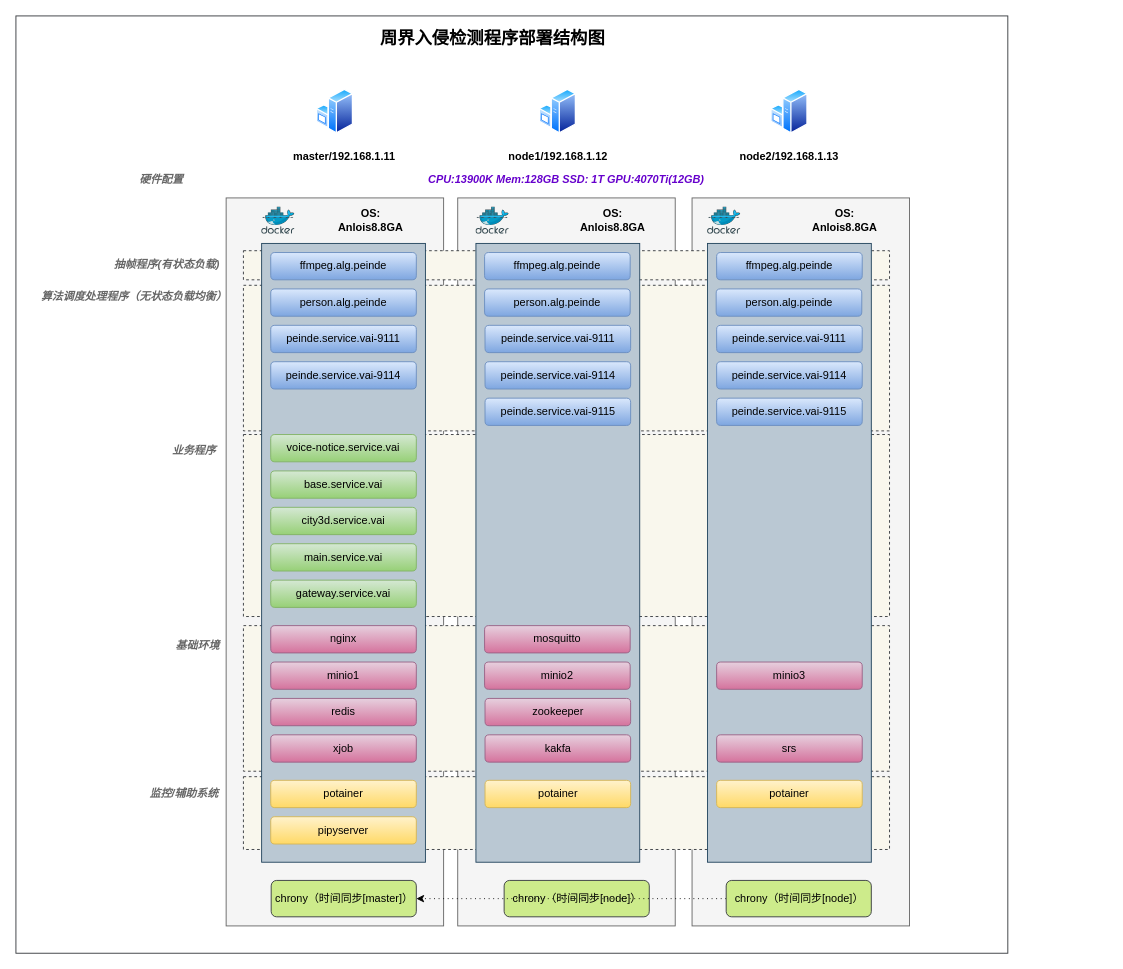
Above: 周界检测部署服务结构图.drawio in liz2m/draw.images (draw.io), before the change. Source tidied: cells renumbered, new cells numbered last; positions are measured from the earlier drawing's top-left corner, leaving out a move shared by most shapes. Both pictures are drawn from the tidied source at 91%, with x=0, y=0 at pixel (15, 15).
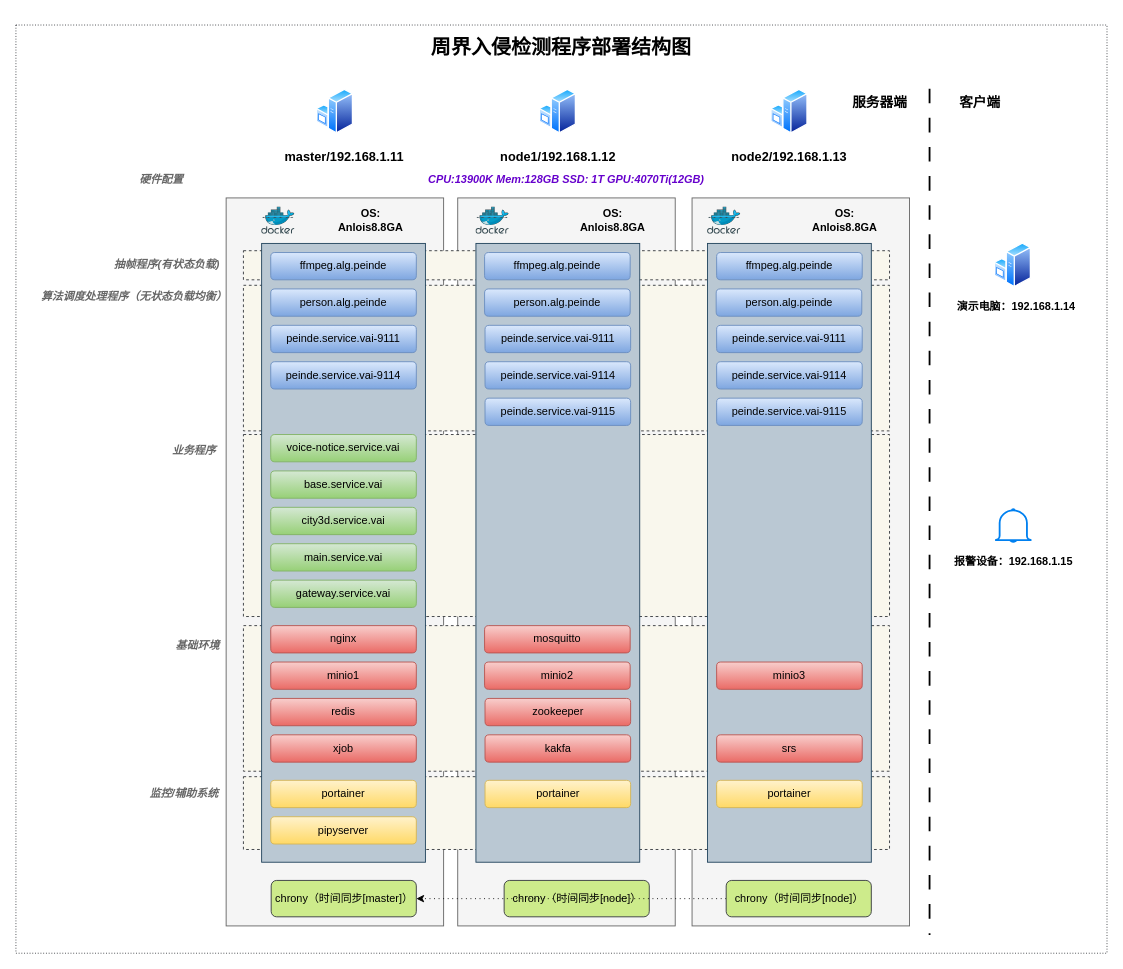
The same page after the edit.

Commit message:
Update 周界检测部署服务结构图.drawio

Change to the diagram source:
```diff
@@
-    <mxCell id="2" style="rounded=0;whiteSpace=wrap;html=1;fillColor=#FFFFFF;strokeColor=#36393d;" parent="1" vertex="1">
-      <mxGeometry width="1090" height="1030" as="geometry" />
+    <mxCell id="2" style="rounded=0;whiteSpace=wrap;html=1;fillColor=#FFFFFF;strokeColor=#36393d;dashed=1;dashPattern=1 2;" parent="1" vertex="1">
+      <mxGeometry y="10" width="1199" height="1020" as="geometry" />
     </mxCell>
@@
-    <mxCell id="18" value="master/192.168.1.11" style="text;html=1;strokeColor=none;fillColor=none;align=center;verticalAlign=middle;whiteSpace=wrap;rounded=0;fontStyle=1;" parent="1" vertex="1">
+    <mxCell id="18" value="master/192.168.1.11" style="text;html=1;strokeColor=none;fillColor=none;align=center;verticalAlign=middle;whiteSpace=wrap;rounded=0;fontStyle=1;fontSize=14;" parent="1" vertex="1">
       <mxGeometry x="275.5" y="140" width="169.5" height="30" as="geometry" />
     </mxCell>
-    <mxCell id="19" value="node1/192.168.1.12" style="text;html=1;strokeColor=none;fillColor=none;align=center;verticalAlign=middle;whiteSpace=wrap;rounded=0;fontStyle=1;" parent="1" vertex="1">
+    <mxCell id="19" value="node1/192.168.1.12" style="text;html=1;strokeColor=none;fillColor=none;align=center;verticalAlign=middle;whiteSpace=wrap;rounded=0;fontStyle=1;fontSize=14;" parent="1" vertex="1">
       <mxGeometry x="565.5" y="140" width="60" height="30" as="geometry" />
     </mxCell>
-    <mxCell id="20" value="node2/192.168.1.13" style="text;html=1;strokeColor=none;fillColor=none;align=center;verticalAlign=middle;whiteSpace=wrap;rounded=0;fontStyle=1;" parent="1" vertex="1">
+    <mxCell id="20" value="node2/192.168.1.13" style="text;html=1;strokeColor=none;fillColor=none;align=center;verticalAlign=middle;whiteSpace=wrap;rounded=0;fontStyle=1;fontSize=14;" parent="1" vertex="1">
       <mxGeometry x="820" y="140" width="60" height="30" as="geometry" />
     </mxCell>
@@
-    <mxCell id="30" value="nginx" style="rounded=1;whiteSpace=wrap;html=1;fillColor=#e6d0de;gradientColor=#d5739d;strokeColor=#996185;" parent="1" vertex="1">
+    <mxCell id="30" value="nginx" style="rounded=1;whiteSpace=wrap;html=1;fillColor=#f8cecc;gradientColor=#ea6b66;strokeColor=#b85450;" parent="1" vertex="1">
       <mxGeometry x="280" y="670" width="160" height="30" as="geometry" />
     </mxCell>
-    <mxCell id="31" value="minio1" style="rounded=1;whiteSpace=wrap;html=1;fillColor=#e6d0de;gradientColor=#d5739d;strokeColor=#996185;" parent="1" vertex="1">
+    <mxCell id="31" value="minio1" style="rounded=1;whiteSpace=wrap;html=1;fillColor=#f8cecc;gradientColor=#ea6b66;strokeColor=#b85450;" parent="1" vertex="1">
       <mxGeometry x="280" y="710" width="160" height="30" as="geometry" />
     </mxCell>
-    <mxCell id="32" value="redis" style="rounded=1;whiteSpace=wrap;html=1;fillColor=#e6d0de;gradientColor=#d5739d;strokeColor=#996185;" parent="1" vertex="1">
+    <mxCell id="32" value="redis" style="rounded=1;whiteSpace=wrap;html=1;fillColor=#f8cecc;gradientColor=#ea6b66;strokeColor=#b85450;" parent="1" vertex="1">
       <mxGeometry x="280" y="750" width="160" height="30" as="geometry" />
     </mxCell>
-    <mxCell id="33" value="xjob" style="rounded=1;whiteSpace=wrap;html=1;fillColor=#e6d0de;gradientColor=#d5739d;strokeColor=#996185;" parent="1" vertex="1">
+    <mxCell id="33" value="xjob" style="rounded=1;whiteSpace=wrap;html=1;fillColor=#f8cecc;gradientColor=#ea6b66;strokeColor=#b85450;" parent="1" vertex="1">
       <mxGeometry x="280" y="790" width="160" height="30" as="geometry" />
     </mxCell>
-    <mxCell id="34" value="potainer" style="rounded=1;whiteSpace=wrap;html=1;fillColor=#fff2cc;gradientColor=#ffd966;strokeColor=#d6b656;" parent="1" vertex="1">
+    <mxCell id="34" value="portainer" style="rounded=1;whiteSpace=wrap;html=1;fillColor=#fff2cc;gradientColor=#ffd966;strokeColor=#d6b656;" parent="1" vertex="1">
       <mxGeometry x="280" y="840" width="160" height="30" as="geometry" />
     </mxCell>
@@
-    <mxCell id="40" value="minio2" style="rounded=1;whiteSpace=wrap;html=1;fillColor=#e6d0de;gradientColor=#d5739d;strokeColor=#996185;" parent="1" vertex="1">
+    <mxCell id="40" value="minio2" style="rounded=1;whiteSpace=wrap;html=1;fillColor=#f8cecc;gradientColor=#ea6b66;strokeColor=#b85450;" parent="1" vertex="1">
       <mxGeometry x="515" y="710" width="160" height="30" as="geometry" />
     </mxCell>
@@
-    <mxCell id="42" value="mosquitto" style="rounded=1;whiteSpace=wrap;html=1;fillColor=#e6d0de;gradientColor=#d5739d;strokeColor=#996185;" parent="1" vertex="1">
+    <mxCell id="42" value="mosquitto" style="rounded=1;whiteSpace=wrap;html=1;fillColor=#f8cecc;gradientColor=#ea6b66;strokeColor=#b85450;" parent="1" vertex="1">
       <mxGeometry x="515" y="670" width="160" height="30" as="geometry" />
     </mxCell>
-    <mxCell id="43" value="zookeeper" style="rounded=1;whiteSpace=wrap;html=1;fillColor=#e6d0de;gradientColor=#d5739d;strokeColor=#996185;" parent="1" vertex="1">
+    <mxCell id="43" value="zookeeper" style="rounded=1;whiteSpace=wrap;html=1;fillColor=#f8cecc;gradientColor=#ea6b66;strokeColor=#b85450;" parent="1" vertex="1">
       <mxGeometry x="515.5" y="750" width="160" height="30" as="geometry" />
     </mxCell>
-    <mxCell id="44" value="kakfa" style="rounded=1;whiteSpace=wrap;html=1;fillColor=#e6d0de;gradientColor=#d5739d;strokeColor=#996185;" parent="1" vertex="1">
+    <mxCell id="44" value="kakfa" style="rounded=1;whiteSpace=wrap;html=1;fillColor=#f8cecc;gradientColor=#ea6b66;strokeColor=#b85450;" parent="1" vertex="1">
       <mxGeometry x="515.5" y="790" width="160" height="30" as="geometry" />
     </mxCell>
@@
-    <mxCell id="52" value="minio3" style="rounded=1;whiteSpace=wrap;html=1;fillColor=#e6d0de;gradientColor=#d5739d;strokeColor=#996185;" parent="1" vertex="1">
+    <mxCell id="52" value="minio3" style="rounded=1;whiteSpace=wrap;html=1;fillColor=#f8cecc;gradientColor=#ea6b66;strokeColor=#b85450;" parent="1" vertex="1">
       <mxGeometry x="770" y="710" width="160" height="30" as="geometry" />
     </mxCell>
-    <mxCell id="53" value="srs" style="rounded=1;whiteSpace=wrap;html=1;fillColor=#e6d0de;gradientColor=#d5739d;strokeColor=#996185;" parent="1" vertex="1">
+    <mxCell id="53" value="srs" style="rounded=1;whiteSpace=wrap;html=1;fillColor=#f8cecc;gradientColor=#ea6b66;strokeColor=#b85450;" parent="1" vertex="1">
       <mxGeometry x="770" y="790" width="160" height="30" as="geometry" />
     </mxCell>
@@
-    <mxCell id="60" value="potainer" style="rounded=1;whiteSpace=wrap;html=1;fillColor=#fff2cc;gradientColor=#ffd966;strokeColor=#d6b656;" parent="1" vertex="1">
+    <mxCell id="60" value="portainer" style="rounded=1;whiteSpace=wrap;html=1;fillColor=#fff2cc;gradientColor=#ffd966;strokeColor=#d6b656;" parent="1" vertex="1">
       <mxGeometry x="515.5" y="840" width="160" height="30" as="geometry" />
     </mxCell>
-    <mxCell id="61" value="potainer" style="rounded=1;whiteSpace=wrap;html=1;fillColor=#fff2cc;gradientColor=#ffd966;strokeColor=#d6b656;" parent="1" vertex="1">
+    <mxCell id="61" value="portainer" style="rounded=1;whiteSpace=wrap;html=1;fillColor=#fff2cc;gradientColor=#ffd966;strokeColor=#d6b656;" parent="1" vertex="1">
       <mxGeometry x="770" y="840" width="160" height="30" as="geometry" />
     </mxCell>
@@
-    <mxCell id="71" value="周界入侵检测程序部署结构图" style="text;html=1;strokeColor=none;fillColor=none;align=center;verticalAlign=middle;whiteSpace=wrap;rounded=0;fontSize=19;fontStyle=1;" parent="1" vertex="1">
-      <mxGeometry x="388.8" y="10" width="270" height="30" as="geometry" />
+    <mxCell id="71" value="周界入侵检测程序部署结构图" style="text;html=1;strokeColor=none;fillColor=none;align=center;verticalAlign=middle;whiteSpace=wrap;rounded=0;fontSize=22;fontStyle=1;" parent="1" vertex="1">
+      <mxGeometry x="452.2" y="20" width="294.5" height="30" as="geometry" />
     </mxCell>
+    <mxCell id="72" style="image;perimeter=ellipsePerimeter;html=1;align=center;shadow=0;dashed=0;spacingTop=3;image=img/lib/active_directory/windows_server.svg;" parent="1" vertex="1">
+      <mxGeometry x="1075" y="249" width="41" height="50" as="geometry" />
+    </mxCell>
+    <mxCell id="73" value="演示电脑：192.168.1.14" style="text;html=1;strokeColor=none;fillColor=none;align=center;verticalAlign=middle;whiteSpace=wrap;rounded=0;fontStyle=1;" parent="1" vertex="1">
+      <mxGeometry x="1025" y="310" width="149.2" height="20" as="geometry" />
+    </mxCell>
+    <mxCell id="74" style="html=1;verticalLabelPosition=bottom;align=center;labelBackgroundColor=#ffffff;verticalAlign=top;strokeWidth=2;strokeColor=#0080F0;shadow=0;dashed=0;shape=mxgraph.ios7.icons.bell;" parent="1" vertex="1">
+      <mxGeometry x="1076" y="542" width="40" height="36" as="geometry" />
+    </mxCell>
+    <mxCell id="75" value="报警设备：192.168.1.15" style="text;html=1;strokeColor=none;fillColor=none;align=center;verticalAlign=middle;whiteSpace=wrap;rounded=0;fontStyle=1;" parent="1" vertex="1">
+      <mxGeometry x="1022.4" y="590" width="149.2" height="20" as="geometry" />
+    </mxCell>
+    <mxCell id="76" style="line;strokeWidth=2;direction=south;html=1;perimeter=backbonePerimeter;dashed=1;dashPattern=8 8;" parent="1" vertex="1">
+      <mxGeometry x="999" y="80" width="10" height="930" as="geometry" />
+    </mxCell>
+    <mxCell id="77" value="服务器端" style="text;strokeColor=none;fillColor=none;html=1;fontSize=15;fontStyle=1;verticalAlign=middle;align=center;" parent="1" vertex="1">
+      <mxGeometry x="899" y="75" width="100" height="40" as="geometry" />
+    </mxCell>
+    <mxCell id="78" value="客户端" style="text;strokeColor=none;fillColor=none;html=1;fontSize=15;fontStyle=1;verticalAlign=middle;align=center;" parent="1" vertex="1">
+      <mxGeometry x="1009" y="80" width="100" height="30" as="geometry" />
+    </mxCell>
```
